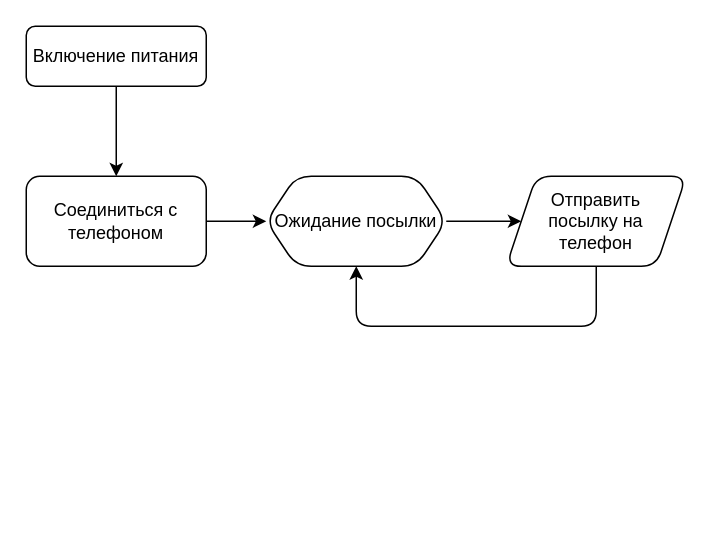
Kvenecusghost/Peggy keeps this draw.io diagram as doc/Алгоритм работы ПО Peggy Receiver.drawio. Above is the earlier version. Source tidied: cells renumbered, new cells numbered last; positions are measured from the earlier drawing's top-left corner, leaving out a move shared by most shapes. Both pictures are drawn from the tidied source at 150%, with x=0, y=0 at pixel (26, 26).
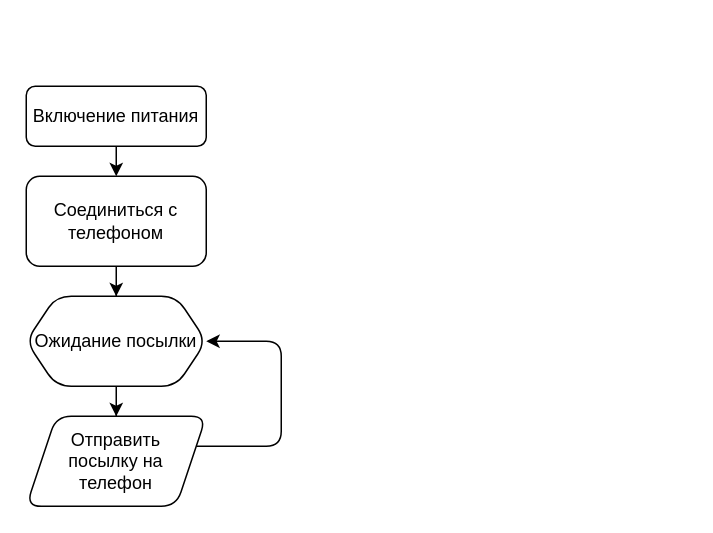
After the change.

The edit, as a diff of the source:
```diff
@@
 <mxGraphModel>
   <root>
     <mxCell id="0" />
     <mxCell id="1" parent="0" />
     <mxCell id="2" style="edgeStyle=orthogonalEdgeStyle;rounded=1;jettySize=auto;html=1;" parent="1" edge="1" source="3" target="5">
       <mxGeometry relative="1" as="geometry" />
     </mxCell>
     <mxCell id="3" value="Включение питания" style="whiteSpace=wrap;html=1;fontSize=12;glass=0;strokeWidth=1;shadow=0;rounded=1;" parent="1" vertex="1">
-      <mxGeometry width="120" height="40" as="geometry" />
+      <mxGeometry y="40" width="120" height="40" as="geometry" />
     </mxCell>
     <mxCell id="4" style="edgeStyle=orthogonalEdgeStyle;rounded=0;jettySize=auto;html=1;" parent="1" edge="1" source="5" target="7">
       <mxGeometry relative="1" as="geometry" />
     </mxCell>
     <mxCell id="5" value="Соединиться с телефоном" style="whiteSpace=wrap;html=1;rounded=1;" parent="1" vertex="1">
       <mxGeometry y="100" width="120" height="60" as="geometry" />
     </mxCell>
     <mxCell id="6" style="edgeStyle=orthogonalEdgeStyle;rounded=0;jettySize=auto;html=1;" parent="1" edge="1" source="7" target="9">
       <mxGeometry relative="1" as="geometry" />
     </mxCell>
     <mxCell id="7" value="Ожидание посылки" style="shape=hexagon;perimeter=hexagonPerimeter2;whiteSpace=wrap;html=1;fixedSize=1;rounded=1;" parent="1" vertex="1">
-      <mxGeometry x="160" y="100" width="120" height="60" as="geometry" />
+      <mxGeometry y="180" width="120" height="60" as="geometry" />
     </mxCell>
-    <mxCell id="8" style="edgeStyle=orthogonalEdgeStyle;rounded=1;jettySize=auto;html=1;" parent="1" edge="1" source="9" target="7">
+    <mxCell id="8" style="edgeStyle=orthogonalEdgeStyle;rounded=1;jettySize=auto;html=1;entryX=1;entryY=0.5;entryDx=0;entryDy=0;" parent="1" edge="1" source="9" target="7">
       <mxGeometry relative="1" as="geometry">
         <Array as="points">
-          <mxPoint x="380" y="200" />
-          <mxPoint x="220" y="200" />
+          <mxPoint x="170" y="280" />
+          <mxPoint x="170" y="210" />
         </Array>
       </mxGeometry>
     </mxCell>
     <mxCell id="9" value="Отправить &lt;br&gt;посылку на &lt;br&gt;телефон" style="shape=parallelogram;perimeter=parallelogramPerimeter;whiteSpace=wrap;html=1;fixedSize=1;rounded=1;" parent="1" vertex="1">
-      <mxGeometry x="320" y="100" width="120" height="60" as="geometry" />
+      <mxGeometry y="260" width="120" height="60" as="geometry" />
     </mxCell>
   </root>
 </mxGraphModel>
```
